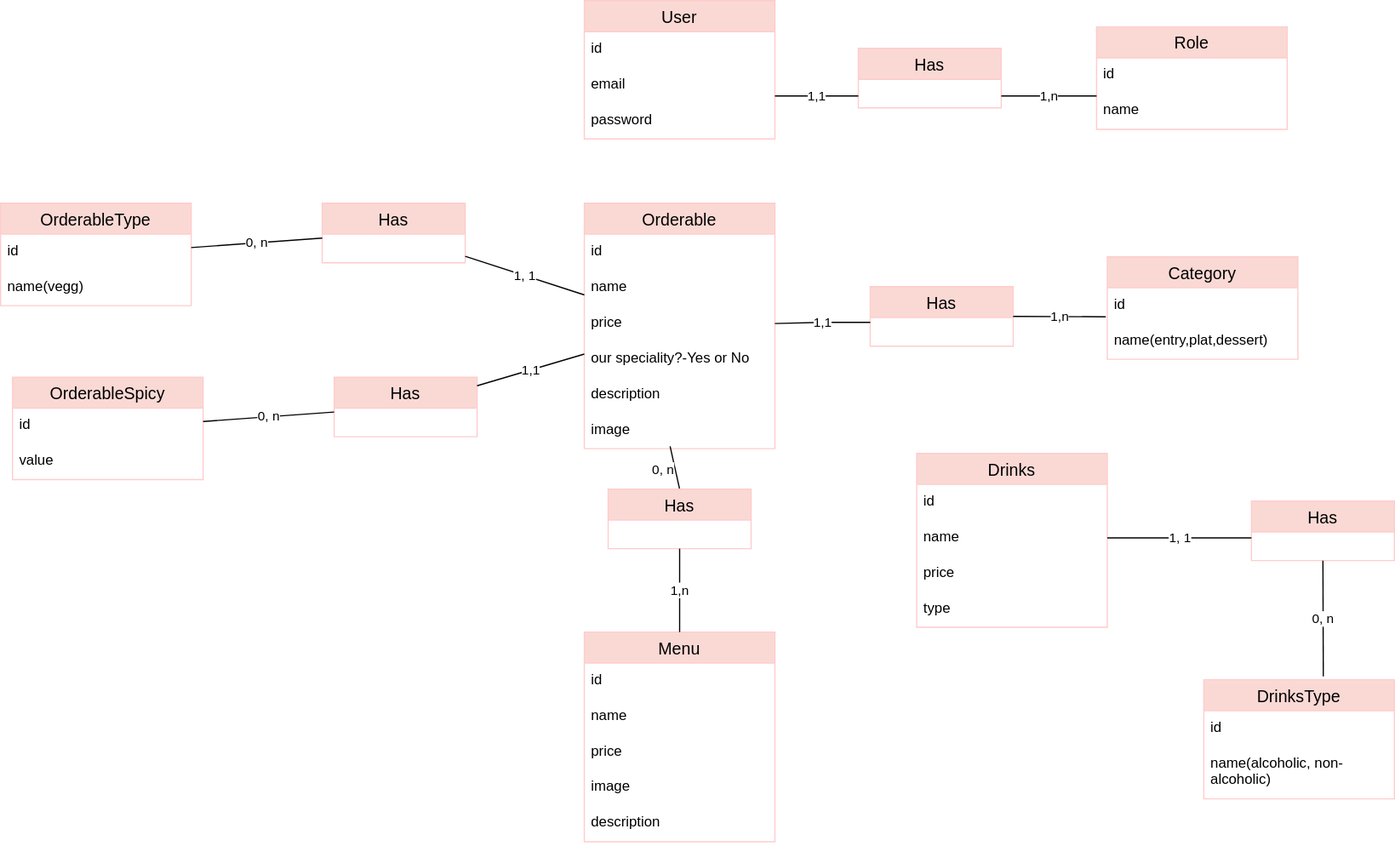
Before: code/merise/MCD.drawio.svg, a diagram exported from draw.io (prativa-k/Le-chemin-d-himalaya). Source tidied: cells renumbered, new cells last; positions are measured from the earlier drawing's top-left corner, leaving out a move shared by most shapes.
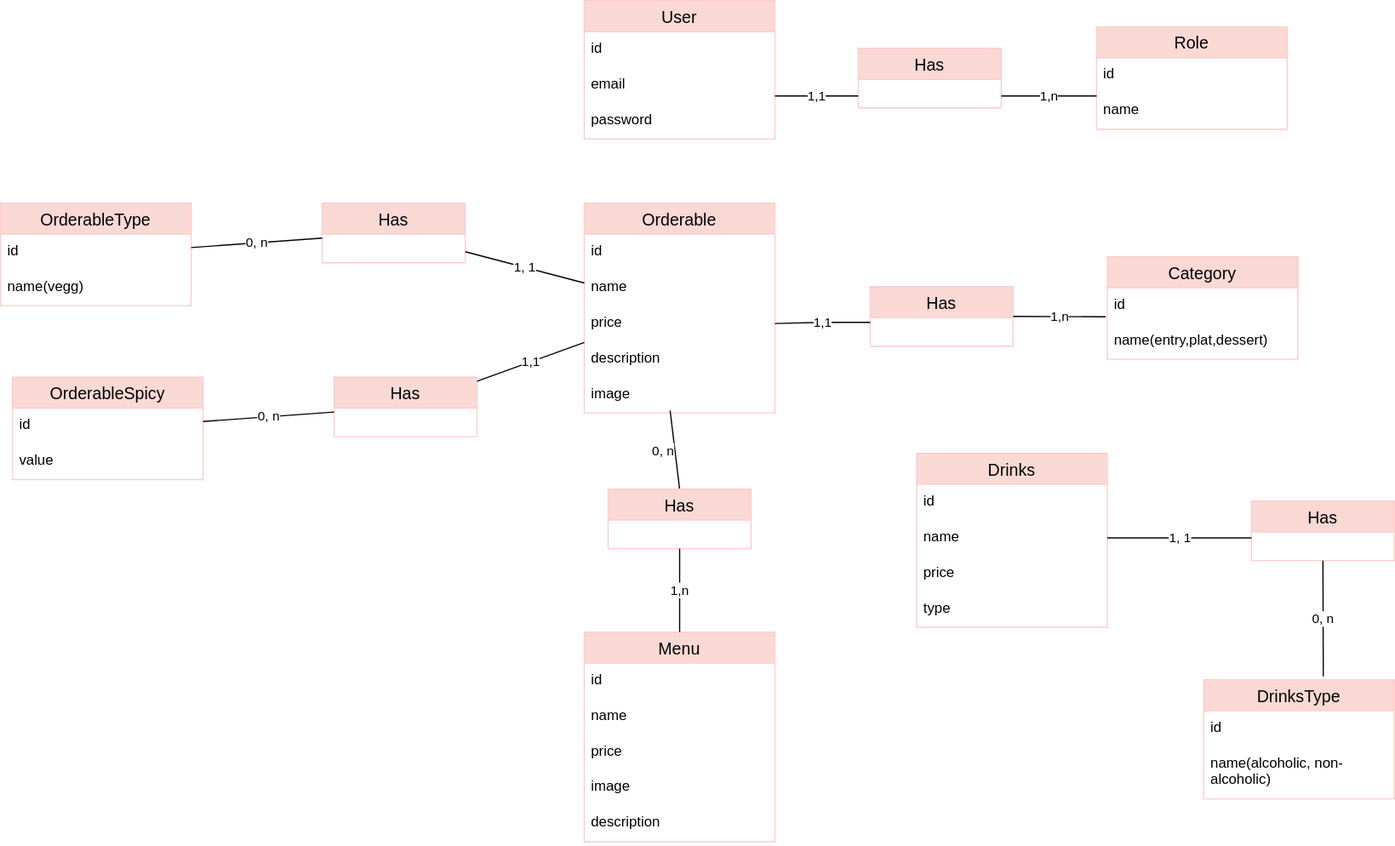
Above is the later version.

Diff of the diagram source:
```diff
@@ -38,7 +38,7 @@
       </mxGeometry>
     </mxCell>
     <mxCell id="12" value="Orderable" style="swimlane;fontStyle=0;horizontal=1;startSize=26;align=center;fontSize=14;fillColor=#fad9d5;strokeColor=#FFCCCC;" parent="1" vertex="1">
-      <mxGeometry x="490" y="170" width="160" height="206" as="geometry" />
+      <mxGeometry x="490" y="170" width="160" height="176" as="geometry" />
     </mxCell>
     <mxCell id="13" value="id" style="text;strokeColor=none;fillColor=none;spacingLeft=4;spacingRight=4;overflow=hidden;fontSize=12;whiteSpace=wrap;html=1;" parent="12" vertex="1">
       <mxGeometry y="26" width="160" height="30" as="geometry" />
@@ -49,14 +49,11 @@
     <mxCell id="15" value="price" style="text;strokeColor=none;fillColor=none;spacingLeft=4;spacingRight=4;overflow=hidden;points=[[0,0.5],[1,0.5]];portConstraint=eastwest;fontSize=12;whiteSpace=wrap;html=1;labelBackgroundColor=none;" parent="12" vertex="1">
       <mxGeometry y="86" width="160" height="30" as="geometry" />
     </mxCell>
-    <mxCell id="16" value="our speciality?-Yes or No" style="text;strokeColor=none;fillColor=none;spacingLeft=4;spacingRight=4;overflow=hidden;fontSize=12;whiteSpace=wrap;html=1;labelBackgroundColor=none;" parent="12" vertex="1">
-      <mxGeometry y="116" width="160" height="30" as="geometry" />
-    </mxCell>
     <mxCell id="17" value="description" style="text;strokeColor=none;fillColor=none;spacingLeft=4;spacingRight=4;overflow=hidden;fontSize=12;whiteSpace=wrap;html=1;labelBackgroundColor=none;" parent="12" vertex="1">
-      <mxGeometry y="146" width="160" height="30" as="geometry" />
+      <mxGeometry y="116" width="160" height="30" as="geometry" />
     </mxCell>
     <mxCell id="18" value="image" style="text;strokeColor=none;fillColor=none;spacingLeft=4;spacingRight=4;overflow=hidden;points=[[0,0.5],[1,0.5]];portConstraint=eastwest;fontSize=12;whiteSpace=wrap;html=1;labelBackgroundColor=none;" parent="12" vertex="1">
-      <mxGeometry y="176" width="160" height="30" as="geometry" />
+      <mxGeometry y="146" width="160" height="30" as="geometry" />
     </mxCell>
     <mxCell id="19" value="Category" style="swimlane;fontStyle=0;horizontal=1;startSize=26;align=center;fontSize=14;fillColor=#fad9d5;strokeColor=#FFCCCC;" parent="1" vertex="1">
       <mxGeometry x="929" y="215" width="160" height="86" as="geometry" />
```
